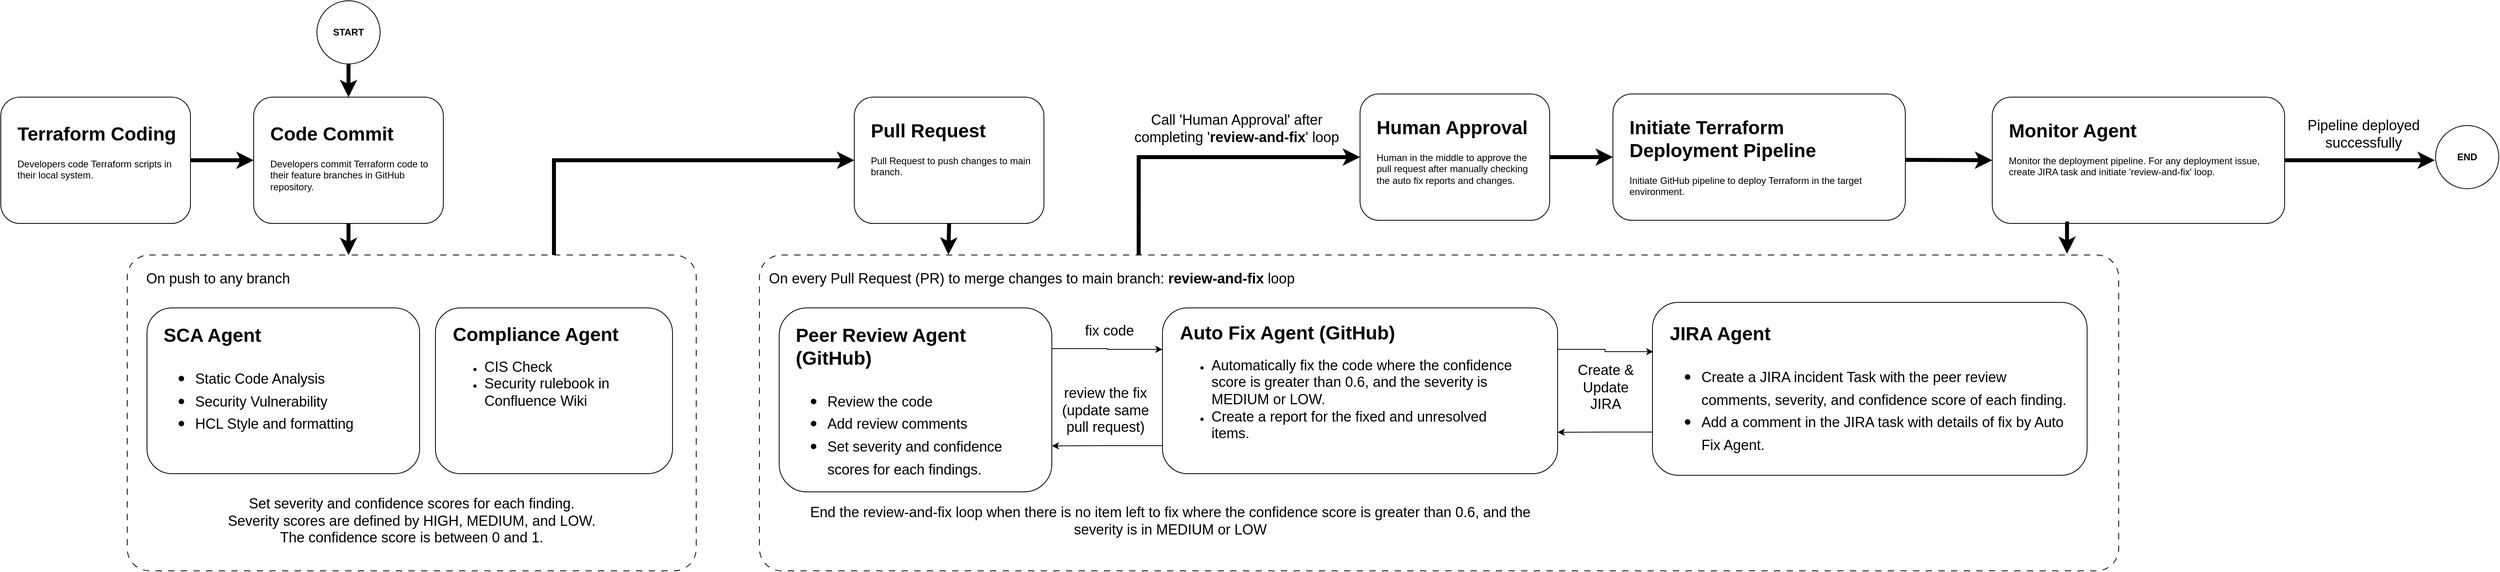
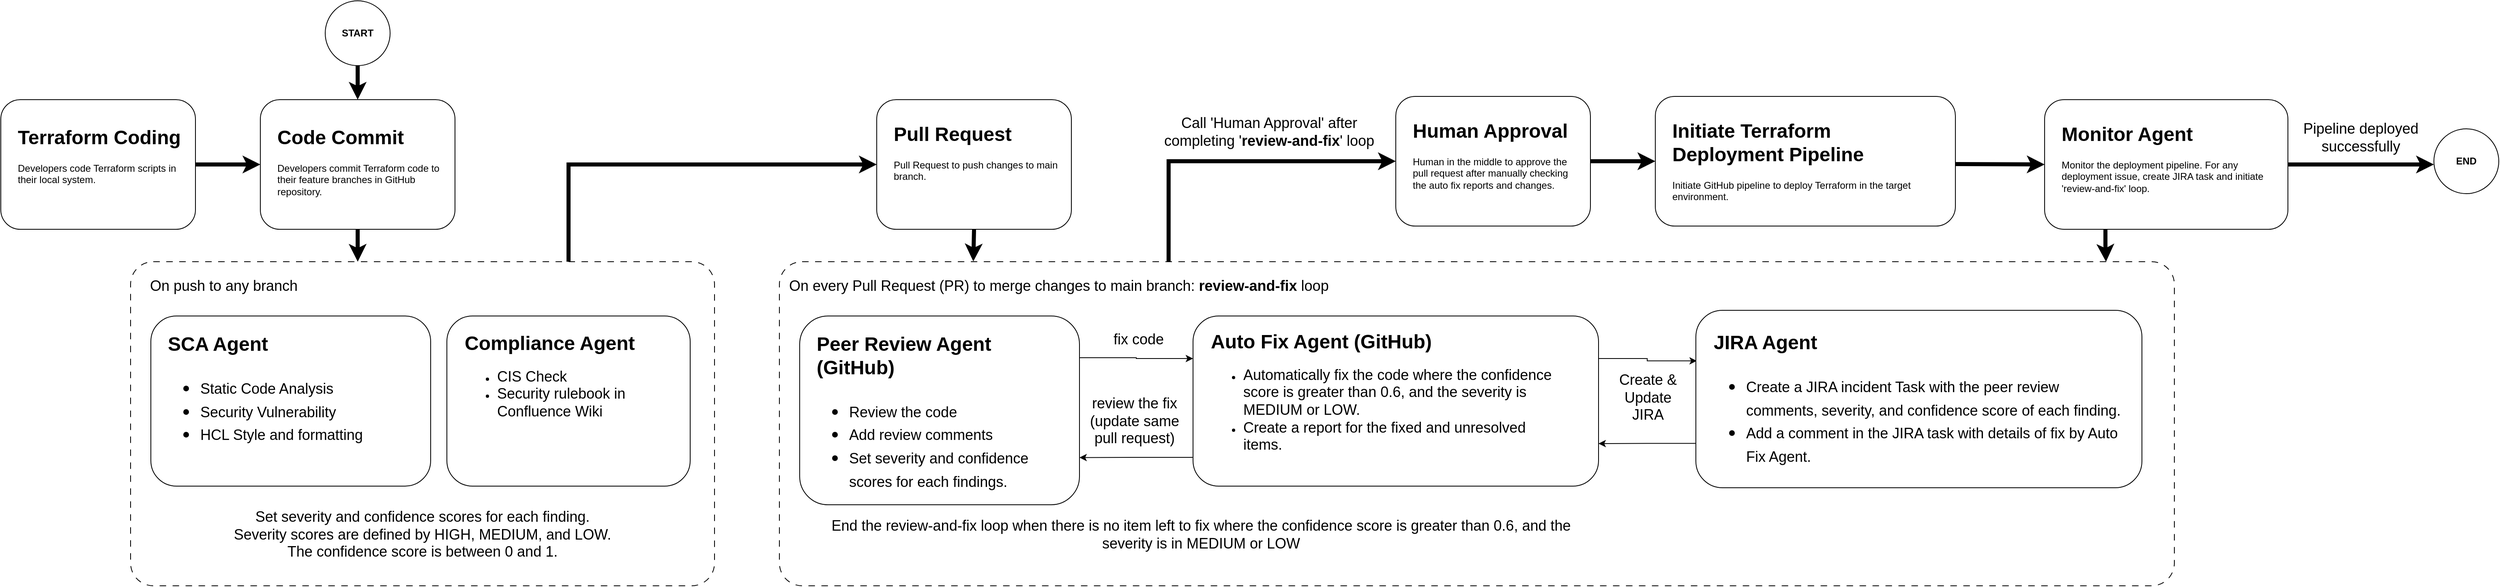
<mxfile host="app.diagrams.net">
  <diagram name="Page-1" id="llQ14HlxIDWXj9B5HY60">
    <mxGraphModel dx="1006" dy="638" grid="1" gridSize="10" guides="1" tooltips="1" connect="1" arrows="1" fold="1" page="1" pageScale="1" pageWidth="850" pageHeight="1100" math="0" shadow="0">
      <root>
        <mxCell id="0" />
        <mxCell id="1" parent="0" />
        <mxCell id="IWc9zJM8tDhvkjJ2dRjy-13" edge="1" parent="1" source="IWc9zJM8tDhvkjJ2dRjy-5" style="edgeStyle=orthogonalEdgeStyle;rounded=0;orthogonalLoop=1;jettySize=auto;html=1;entryX=0;entryY=0.5;entryDx=0;entryDy=0;exitX=0.75;exitY=0;exitDx=0;exitDy=0;strokeWidth=5;" target="IWc9zJM8tDhvkjJ2dRjy-1">
          <mxGeometry relative="1" as="geometry" />
        </mxCell>
        <mxCell id="oJW8UGhNAXkty13G2p3x-1" parent="1" style="rounded=1;whiteSpace=wrap;html=1;" value="" vertex="1">
          <mxGeometry height="160" width="240" x="440" y="200" as="geometry" />
        </mxCell>
        <mxCell id="oJW8UGhNAXkty13G2p3x-3" parent="1" style="text;html=1;whiteSpace=wrap;overflow=hidden;rounded=0;" value="&lt;h1 style=&quot;margin-top: 0px;&quot;&gt;Code Commit&lt;/h1&gt;&lt;p&gt;Developers commit Terraform code to their feature branches in GitHub repository.&lt;/p&gt;" vertex="1">
          <mxGeometry height="100" width="210" x="459" y="226" as="geometry" />
        </mxCell>
        <mxCell id="IWc9zJM8tDhvkjJ2dRjy-35" edge="1" parent="1" source="IWc9zJM8tDhvkjJ2dRjy-14" style="edgeStyle=orthogonalEdgeStyle;rounded=0;orthogonalLoop=1;jettySize=auto;html=1;entryX=0;entryY=0.5;entryDx=0;entryDy=0;exitX=0.279;exitY=0.025;exitDx=0;exitDy=0;exitPerimeter=0;strokeWidth=5;" target="IWc9zJM8tDhvkjJ2dRjy-33">
          <mxGeometry relative="1" as="geometry">
            <Array as="points">
              <mxPoint x="1560" y="276" />
            </Array>
          </mxGeometry>
        </mxCell>
        <mxCell id="IWc9zJM8tDhvkjJ2dRjy-1" parent="1" style="rounded=1;whiteSpace=wrap;html=1;" value="" vertex="1">
          <mxGeometry height="160" width="240" x="1200" y="200" as="geometry" />
        </mxCell>
        <mxCell id="IWc9zJM8tDhvkjJ2dRjy-2" parent="1" style="text;html=1;whiteSpace=wrap;overflow=hidden;rounded=0;" value="&lt;h1 style=&quot;margin-top: 0px;&quot;&gt;Pull Request&lt;/h1&gt;&lt;p&gt;Pull Request to push changes to main branch.&lt;/p&gt;" vertex="1">
          <mxGeometry height="100" width="210" x="1219" y="222" as="geometry" />
        </mxCell>
        <mxCell id="IWc9zJM8tDhvkjJ2dRjy-12" edge="1" parent="1" source="IWc9zJM8tDhvkjJ2dRjy-3" style="edgeStyle=orthogonalEdgeStyle;rounded=0;orthogonalLoop=1;jettySize=auto;html=1;exitX=1;exitY=0.5;exitDx=0;exitDy=0;entryX=0;entryY=0.5;entryDx=0;entryDy=0;strokeWidth=5;" target="oJW8UGhNAXkty13G2p3x-1">
          <mxGeometry relative="1" as="geometry" />
        </mxCell>
        <mxCell id="IWc9zJM8tDhvkjJ2dRjy-3" parent="1" style="rounded=1;whiteSpace=wrap;html=1;" value="" vertex="1">
          <mxGeometry height="160" width="240" x="120" y="200" as="geometry" />
        </mxCell>
        <mxCell id="IWc9zJM8tDhvkjJ2dRjy-4" parent="1" style="text;html=1;whiteSpace=wrap;overflow=hidden;rounded=0;" value="&lt;h1 style=&quot;margin-top: 0px;&quot;&gt;Terraform Coding&lt;/h1&gt;&lt;p&gt;Developers code Terraform scripts in their local system.&lt;/p&gt;" vertex="1">
          <mxGeometry height="100" width="210" x="139" y="226" as="geometry" />
        </mxCell>
        <mxCell id="IWc9zJM8tDhvkjJ2dRjy-5" parent="1" style="rounded=1;whiteSpace=wrap;html=1;arcSize=7;dashed=1;dashPattern=8 8;" value="" vertex="1">
          <mxGeometry height="400" width="720" x="280" y="400" as="geometry" />
        </mxCell>
        <mxCell id="IWc9zJM8tDhvkjJ2dRjy-6" parent="1" style="text;html=1;whiteSpace=wrap;strokeColor=none;fillColor=none;align=center;verticalAlign=middle;rounded=0;" value="&lt;font style=&quot;font-size: 18px;&quot;&gt;On push to any branch&lt;/font&gt;" vertex="1">
          <mxGeometry height="30" width="210" x="290" y="415" as="geometry" />
        </mxCell>
        <mxCell id="IWc9zJM8tDhvkjJ2dRjy-7" parent="1" style="rounded=1;whiteSpace=wrap;html=1;" value="" vertex="1">
          <mxGeometry height="210" width="345" x="305" y="467" as="geometry" />
        </mxCell>
        <mxCell id="IWc9zJM8tDhvkjJ2dRjy-8" parent="1" style="text;html=1;whiteSpace=wrap;overflow=hidden;rounded=0;" value="&lt;h1 style=&quot;margin-top: 0px;&quot;&gt;SCA Agent&lt;/h1&gt;&lt;h1 style=&quot;margin-top: 0px;&quot;&gt;&lt;p style=&quot;font-size: 12px; font-weight: 400;&quot;&gt;&lt;/p&gt;&lt;ul&gt;&lt;li&gt;&lt;span style=&quot;font-size: 18px; font-weight: normal;&quot;&gt;Static Code Analysis&lt;/span&gt;&lt;/li&gt;&lt;li&gt;&lt;span style=&quot;font-size: 18px; font-weight: normal;&quot;&gt;Security Vulnerability&lt;/span&gt;&lt;/li&gt;&lt;li&gt;&lt;span style=&quot;font-size: 18px; font-weight: normal;&quot;&gt;HCL Style and formatting&lt;/span&gt;&lt;/li&gt;&lt;/ul&gt;&lt;p&gt;&lt;/p&gt;&lt;/h1&gt;" vertex="1">
          <mxGeometry height="183" width="306" x="324" y="481" as="geometry" />
        </mxCell>
        <mxCell id="IWc9zJM8tDhvkjJ2dRjy-9" parent="1" style="rounded=1;whiteSpace=wrap;html=1;" value="" vertex="1">
          <mxGeometry height="210" width="300" x="670" y="467" as="geometry" />
        </mxCell>
        <mxCell id="IWc9zJM8tDhvkjJ2dRjy-10" parent="1" style="text;html=1;whiteSpace=wrap;overflow=hidden;rounded=0;" value="&lt;h1 style=&quot;margin-top: 0px;&quot;&gt;Compliance Agent&lt;/h1&gt;&lt;p&gt;&lt;/p&gt;&lt;ul&gt;&lt;li&gt;&lt;span style=&quot;font-size: 18px;&quot;&gt;CIS Check&lt;/span&gt;&lt;/li&gt;&lt;li&gt;&lt;span style=&quot;font-size: 18px;&quot;&gt;Security rulebook in Confluence Wiki&lt;/span&gt;&lt;/li&gt;&lt;/ul&gt;&lt;p&gt;&lt;/p&gt;" vertex="1">
          <mxGeometry height="180" width="269" x="690" y="480" as="geometry" />
        </mxCell>
        <mxCell id="IWc9zJM8tDhvkjJ2dRjy-11" edge="1" parent="1" source="oJW8UGhNAXkty13G2p3x-1" style="edgeStyle=orthogonalEdgeStyle;rounded=0;orthogonalLoop=1;jettySize=auto;html=1;exitX=0.5;exitY=1;exitDx=0;exitDy=0;entryX=0.389;entryY=0;entryDx=0;entryDy=0;entryPerimeter=0;strokeWidth=5;" target="IWc9zJM8tDhvkjJ2dRjy-5">
          <mxGeometry relative="1" as="geometry" />
        </mxCell>
        <mxCell id="IWc9zJM8tDhvkjJ2dRjy-14" parent="1" style="rounded=1;whiteSpace=wrap;html=1;arcSize=7;dashed=1;dashPattern=8 8;" value="" vertex="1">
          <mxGeometry height="400" width="1720" x="1080" y="400" as="geometry" />
        </mxCell>
        <mxCell id="IWc9zJM8tDhvkjJ2dRjy-15" parent="1" style="text;html=1;whiteSpace=wrap;strokeColor=none;fillColor=none;align=left;verticalAlign=middle;rounded=0;" value="&lt;font style=&quot;font-size: 18px;&quot;&gt;On every Pull Request (PR) to merge changes to main branch: &lt;b&gt;review-and-fix &lt;/b&gt;loop&lt;/font&gt;" vertex="1">
          <mxGeometry height="30" width="740" x="1090" y="415" as="geometry" />
        </mxCell>
        <mxCell id="IWc9zJM8tDhvkjJ2dRjy-22" edge="1" parent="1" source="IWc9zJM8tDhvkjJ2dRjy-16" style="edgeStyle=orthogonalEdgeStyle;rounded=0;orthogonalLoop=1;jettySize=auto;html=1;exitX=1;exitY=0.221;exitDx=0;exitDy=0;entryX=0;entryY=0.25;entryDx=0;entryDy=0;exitPerimeter=0;" target="IWc9zJM8tDhvkjJ2dRjy-18">
          <mxGeometry relative="1" as="geometry" />
        </mxCell>
        <mxCell id="IWc9zJM8tDhvkjJ2dRjy-16" parent="1" style="rounded=1;whiteSpace=wrap;html=1;" value="" vertex="1">
          <mxGeometry height="233" width="345" x="1105" y="467" as="geometry" />
        </mxCell>
        <mxCell id="IWc9zJM8tDhvkjJ2dRjy-17" parent="1" style="text;html=1;whiteSpace=wrap;overflow=hidden;rounded=0;" value="&lt;h1 style=&quot;margin-top: 0px;&quot;&gt;Peer Review Agent (GitHub)&lt;/h1&gt;&lt;h1 style=&quot;margin-top: 0px;&quot;&gt;&lt;p style=&quot;font-size: 12px; font-weight: 400;&quot;&gt;&lt;/p&gt;&lt;ul&gt;&lt;li&gt;&lt;span style=&quot;font-size: 18px; font-weight: 400;&quot;&gt;Review the code&lt;/span&gt;&lt;/li&gt;&lt;li&gt;&lt;span style=&quot;font-size: 18px; font-weight: 400;&quot;&gt;Add review comments&lt;/span&gt;&lt;/li&gt;&lt;li&gt;&lt;span style=&quot;font-size: 18px; font-weight: 400;&quot;&gt;Set severity and confidence scores for each findings.&lt;/span&gt;&lt;/li&gt;&lt;/ul&gt;&lt;p&gt;&lt;/p&gt;&lt;/h1&gt;" vertex="1">
          <mxGeometry height="209" width="306" x="1124" y="481" as="geometry" />
        </mxCell>
        <mxCell id="IWc9zJM8tDhvkjJ2dRjy-23" edge="1" parent="1" source="IWc9zJM8tDhvkjJ2dRjy-18" style="edgeStyle=orthogonalEdgeStyle;rounded=0;orthogonalLoop=1;jettySize=auto;html=1;exitX=0;exitY=0.831;exitDx=0;exitDy=0;entryX=1;entryY=0.75;entryDx=0;entryDy=0;exitPerimeter=0;" target="IWc9zJM8tDhvkjJ2dRjy-16">
          <mxGeometry relative="1" as="geometry" />
        </mxCell>
        <mxCell id="IWc9zJM8tDhvkjJ2dRjy-31" edge="1" parent="1" source="IWc9zJM8tDhvkjJ2dRjy-18" style="edgeStyle=orthogonalEdgeStyle;rounded=0;orthogonalLoop=1;jettySize=auto;html=1;exitX=1;exitY=0.25;exitDx=0;exitDy=0;entryX=0.002;entryY=0.285;entryDx=0;entryDy=0;entryPerimeter=0;" target="IWc9zJM8tDhvkjJ2dRjy-27">
          <mxGeometry relative="1" as="geometry" />
        </mxCell>
        <mxCell id="IWc9zJM8tDhvkjJ2dRjy-18" parent="1" style="rounded=1;whiteSpace=wrap;html=1;" value="" vertex="1">
          <mxGeometry height="210" width="500" x="1590" y="467" as="geometry" />
        </mxCell>
        <mxCell id="IWc9zJM8tDhvkjJ2dRjy-19" parent="1" style="text;html=1;whiteSpace=wrap;overflow=hidden;rounded=0;" value="&lt;h1 style=&quot;margin-top: 0px;&quot;&gt;Auto Fix Agent (GitHub)&lt;/h1&gt;&lt;p&gt;&lt;/p&gt;&lt;ul&gt;&lt;li&gt;&lt;span style=&quot;font-size: 18px;&quot;&gt;Automatically fix the code where the confidence score is greater than 0.6, and the severity is MEDIUM or LOW.&amp;nbsp;&lt;/span&gt;&lt;/li&gt;&lt;li&gt;&lt;span style=&quot;font-size: 18px;&quot;&gt;Create a report for the fixed and unresolved items.&lt;/span&gt;&lt;/li&gt;&lt;/ul&gt;&lt;p&gt;&lt;/p&gt;" vertex="1">
          <mxGeometry height="192" width="440" x="1610" y="478" as="geometry" />
        </mxCell>
        <mxCell id="IWc9zJM8tDhvkjJ2dRjy-20" parent="1" style="text;whiteSpace=wrap;fontSize=18;align=center;" value="Set severity and confidence scores for each finding.&#xa;Severity scores are defined by HIGH, MEDIUM, and LOW.&#xa;The confidence score is between 0 and 1." vertex="1">
          <mxGeometry height="77" width="640" x="320" y="698" as="geometry" />
        </mxCell>
        <mxCell id="IWc9zJM8tDhvkjJ2dRjy-21" edge="1" parent="1" source="IWc9zJM8tDhvkjJ2dRjy-1" style="edgeStyle=orthogonalEdgeStyle;rounded=0;orthogonalLoop=1;jettySize=auto;html=1;exitX=0.5;exitY=1;exitDx=0;exitDy=0;entryX=0.139;entryY=-0.001;entryDx=0;entryDy=0;entryPerimeter=0;strokeWidth=5;" target="IWc9zJM8tDhvkjJ2dRjy-14">
          <mxGeometry relative="1" as="geometry" />
        </mxCell>
        <mxCell id="IWc9zJM8tDhvkjJ2dRjy-24" parent="1" style="text;html=1;whiteSpace=wrap;strokeColor=none;fillColor=none;align=center;verticalAlign=middle;rounded=0;" value="&lt;font style=&quot;font-size: 18px;&quot;&gt;fix code&lt;/font&gt;" vertex="1">
          <mxGeometry height="30" width="82" x="1482" y="481" as="geometry" />
        </mxCell>
        <mxCell id="IWc9zJM8tDhvkjJ2dRjy-25" parent="1" style="text;html=1;whiteSpace=wrap;strokeColor=none;fillColor=none;align=center;verticalAlign=middle;rounded=0;" value="&lt;font style=&quot;font-size: 18px;&quot;&gt;review the fix (update same pull request)&lt;/font&gt;" vertex="1">
          <mxGeometry height="67" width="120" x="1458" y="563" as="geometry" />
        </mxCell>
        <mxCell id="IWc9zJM8tDhvkjJ2dRjy-26" parent="1" style="text;html=1;whiteSpace=wrap;strokeColor=none;fillColor=none;align=center;verticalAlign=middle;rounded=0;" value="&lt;font style=&quot;font-size: 18px;&quot;&gt;End the review-and-fix loop when there is no item left to fix where the confidence score is greater than 0.6, and the severity is in MEDIUM or LOW&lt;/font&gt;" vertex="1">
          <mxGeometry height="50" width="980" x="1110" y="711.5" as="geometry" />
        </mxCell>
        <mxCell id="IWc9zJM8tDhvkjJ2dRjy-30" edge="1" parent="1" source="IWc9zJM8tDhvkjJ2dRjy-27" style="edgeStyle=orthogonalEdgeStyle;rounded=0;orthogonalLoop=1;jettySize=auto;html=1;exitX=0;exitY=0.75;exitDx=0;exitDy=0;entryX=1;entryY=0.75;entryDx=0;entryDy=0;" target="IWc9zJM8tDhvkjJ2dRjy-18">
          <mxGeometry relative="1" as="geometry" />
        </mxCell>
        <mxCell id="IWc9zJM8tDhvkjJ2dRjy-27" parent="1" style="rounded=1;whiteSpace=wrap;html=1;" value="" vertex="1">
          <mxGeometry height="219" width="550" x="2210" y="460" as="geometry" />
        </mxCell>
        <mxCell id="IWc9zJM8tDhvkjJ2dRjy-28" parent="1" style="text;html=1;whiteSpace=wrap;overflow=hidden;rounded=0;" value="&lt;h1 style=&quot;margin-top: 0px;&quot;&gt;JIRA Agent&lt;/h1&gt;&lt;h1 style=&quot;margin-top: 0px;&quot;&gt;&lt;p style=&quot;font-size: 12px; font-weight: 400;&quot;&gt;&lt;/p&gt;&lt;ul&gt;&lt;li&gt;&lt;span style=&quot;font-size: 18px; font-weight: 400;&quot;&gt;Create a JIRA incident Task with the peer review comments, severity, and confidence score of each finding.&lt;/span&gt;&lt;/li&gt;&lt;li&gt;&lt;span style=&quot;font-size: 18px; font-weight: 400;&quot;&gt;Add a comment in the JIRA task with details of fix by Auto Fix Agent.&lt;/span&gt;&lt;/li&gt;&lt;/ul&gt;&lt;p&gt;&lt;/p&gt;&lt;/h1&gt;" vertex="1">
          <mxGeometry height="191" width="510" x="2230" y="479" as="geometry" />
        </mxCell>
        <mxCell id="IWc9zJM8tDhvkjJ2dRjy-32" parent="1" style="text;html=1;whiteSpace=wrap;strokeColor=none;fillColor=none;align=center;verticalAlign=middle;rounded=0;" value="&lt;font style=&quot;font-size: 18px;&quot;&gt;Create &amp;amp; Update JIRA&lt;/font&gt;" vertex="1">
          <mxGeometry height="57.5" width="102" x="2100" y="539" as="geometry" />
        </mxCell>
        <mxCell id="IWc9zJM8tDhvkjJ2dRjy-39" edge="1" parent="1" source="IWc9zJM8tDhvkjJ2dRjy-33" style="edgeStyle=orthogonalEdgeStyle;rounded=0;orthogonalLoop=1;jettySize=auto;html=1;exitX=1;exitY=0.5;exitDx=0;exitDy=0;entryX=0;entryY=0.5;entryDx=0;entryDy=0;strokeWidth=5;" target="IWc9zJM8tDhvkjJ2dRjy-37">
          <mxGeometry relative="1" as="geometry" />
        </mxCell>
        <mxCell id="IWc9zJM8tDhvkjJ2dRjy-33" parent="1" style="rounded=1;whiteSpace=wrap;html=1;" value="" vertex="1">
          <mxGeometry height="160" width="240" x="1840" y="196" as="geometry" />
        </mxCell>
        <mxCell id="IWc9zJM8tDhvkjJ2dRjy-34" parent="1" style="text;html=1;whiteSpace=wrap;overflow=hidden;rounded=0;" value="&lt;h1 style=&quot;margin-top: 0px;&quot;&gt;Human Approval&lt;/h1&gt;&lt;p&gt;Human in the middle to approve the pull request after manually checking the auto fix reports and changes.&amp;nbsp;&lt;/p&gt;" vertex="1">
          <mxGeometry height="100" width="210" x="1859" y="218" as="geometry" />
        </mxCell>
        <mxCell id="IWc9zJM8tDhvkjJ2dRjy-36" parent="1" style="text;html=1;whiteSpace=wrap;strokeColor=none;fillColor=none;align=center;verticalAlign=middle;rounded=0;" value="&lt;font style=&quot;font-size: 18px;&quot;&gt;Call &#39;Human Approval&#39; after completing &#39;&lt;b&gt;review-and-fix&lt;/b&gt;&#39; loop&lt;/font&gt;" vertex="1">
          <mxGeometry height="60" width="268" x="1550" y="210" as="geometry" />
        </mxCell>
        <mxCell id="IWc9zJM8tDhvkjJ2dRjy-37" parent="1" style="rounded=1;whiteSpace=wrap;html=1;" value="" vertex="1">
          <mxGeometry height="160" width="370" x="2160" y="196" as="geometry" />
        </mxCell>
        <mxCell id="IWc9zJM8tDhvkjJ2dRjy-38" parent="1" style="text;html=1;whiteSpace=wrap;overflow=hidden;rounded=0;" value="&lt;h1 style=&quot;margin-top: 0px;&quot;&gt;Initiate Terraform Deployment Pipeline&lt;/h1&gt;&lt;p&gt;Initiate GitHub pipeline to deploy Terraform in the target environment.&amp;nbsp;&amp;nbsp;&lt;/p&gt;" vertex="1">
          <mxGeometry height="112" width="341" x="2179" y="218" as="geometry" />
        </mxCell>
        <mxCell id="IWc9zJM8tDhvkjJ2dRjy-41" edge="1" parent="1" source="IWc9zJM8tDhvkjJ2dRjy-40" style="edgeStyle=orthogonalEdgeStyle;rounded=0;orthogonalLoop=1;jettySize=auto;html=1;exitX=0.5;exitY=1;exitDx=0;exitDy=0;entryX=0.5;entryY=0;entryDx=0;entryDy=0;strokeWidth=5;" target="oJW8UGhNAXkty13G2p3x-1">
          <mxGeometry relative="1" as="geometry" />
        </mxCell>
        <mxCell id="IWc9zJM8tDhvkjJ2dRjy-40" parent="1" style="ellipse;whiteSpace=wrap;html=1;aspect=fixed;fontStyle=1" value="START" vertex="1">
          <mxGeometry height="80" width="80" x="520" y="78" as="geometry" />
        </mxCell>
        <mxCell id="IWc9zJM8tDhvkjJ2dRjy-47" edge="1" parent="1" source="IWc9zJM8tDhvkjJ2dRjy-42" style="edgeStyle=orthogonalEdgeStyle;rounded=0;orthogonalLoop=1;jettySize=auto;html=1;exitX=1;exitY=0.5;exitDx=0;exitDy=0;strokeWidth=5;">
          <mxGeometry relative="1" as="geometry">
-             <mxPoint x="3200" y="280" as="targetPoint" />
+             <mxPoint x="3120" y="280" as="targetPoint" />
          </mxGeometry>
        </mxCell>
        <mxCell id="IWc9zJM8tDhvkjJ2dRjy-42" parent="1" style="rounded=1;whiteSpace=wrap;html=1;" value="" vertex="1">
-           <mxGeometry height="160" width="370" x="2640" y="200" as="geometry" />
+           <mxGeometry height="160" width="300" x="2640" y="200" as="geometry" />
        </mxCell>
        <mxCell id="IWc9zJM8tDhvkjJ2dRjy-43" parent="1" style="text;html=1;whiteSpace=wrap;overflow=hidden;rounded=0;" value="&lt;h1 style=&quot;margin-top: 0px;&quot;&gt;Monitor Agent&lt;/h1&gt;&lt;p&gt;Monitor the deployment pipeline.&amp;nbsp;&lt;span style=&quot;background-color: transparent; color: light-dark(rgb(0, 0, 0), rgb(255, 255, 255));&quot;&gt;F&lt;/span&gt;&lt;span style=&quot;background-color: transparent; color: light-dark(rgb(0, 0, 0), rgb(255, 255, 255));&quot;&gt;or any deployment issue, create JIRA task and initiate &#39;review-and-fix&#39; loop.&lt;/span&gt;&lt;/p&gt;" vertex="1">
-           <mxGeometry height="112" width="341" x="2659" y="222" as="geometry" />
+           <mxGeometry height="112" width="251" x="2659" y="222" as="geometry" />
        </mxCell>
        <mxCell id="IWc9zJM8tDhvkjJ2dRjy-44" edge="1" parent="1" style="edgeStyle=orthogonalEdgeStyle;rounded=0;orthogonalLoop=1;jettySize=auto;html=1;exitX=1;exitY=0.5;exitDx=0;exitDy=0;entryX=0;entryY=0.5;entryDx=0;entryDy=0;strokeWidth=5;" target="IWc9zJM8tDhvkjJ2dRjy-42">
          <mxGeometry relative="1" as="geometry">
            <mxPoint x="2530" y="279.5" as="sourcePoint" />
            <mxPoint x="2610" y="279.5" as="targetPoint" />
          </mxGeometry>
        </mxCell>
-         <mxCell id="IWc9zJM8tDhvkjJ2dRjy-45" edge="1" parent="1" source="IWc9zJM8tDhvkjJ2dRjy-42" style="edgeStyle=orthogonalEdgeStyle;rounded=0;orthogonalLoop=1;jettySize=auto;html=1;exitX=0.25;exitY=1;exitDx=0;exitDy=0;entryX=0.962;entryY=-0.004;entryDx=0;entryDy=0;entryPerimeter=0;strokeWidth=5;" target="IWc9zJM8tDhvkjJ2dRjy-14">
+         <mxCell id="IWc9zJM8tDhvkjJ2dRjy-45" edge="1" parent="1" source="IWc9zJM8tDhvkjJ2dRjy-42" style="edgeStyle=orthogonalEdgeStyle;rounded=0;orthogonalLoop=1;jettySize=auto;html=1;exitX=0.25;exitY=1;exitDx=0;exitDy=0;entryX=0.951;entryY=0;entryDx=0;entryDy=0;entryPerimeter=0;strokeWidth=5;" target="IWc9zJM8tDhvkjJ2dRjy-14">
          <mxGeometry relative="1" as="geometry" />
        </mxCell>
        <mxCell id="IWc9zJM8tDhvkjJ2dRjy-46" parent="1" style="ellipse;whiteSpace=wrap;html=1;aspect=fixed;fontStyle=1" value="END" vertex="1">
-           <mxGeometry height="80" width="80" x="3201" y="236" as="geometry" />
+           <mxGeometry height="80" width="80" x="3120" y="236" as="geometry" />
        </mxCell>
        <mxCell id="IWc9zJM8tDhvkjJ2dRjy-48" parent="1" style="text;html=1;whiteSpace=wrap;strokeColor=none;fillColor=none;align=center;verticalAlign=middle;rounded=0;" value="&lt;font style=&quot;font-size: 18px;&quot;&gt;Pipeline deployed successfully&lt;/font&gt;" vertex="1">
-           <mxGeometry height="57.5" width="160" x="3030" y="218" as="geometry" />
+           <mxGeometry height="57.5" width="160" x="2950" y="218" as="geometry" />
        </mxCell>
      </root>
    </mxGraphModel>
  </diagram>
</mxfile>
